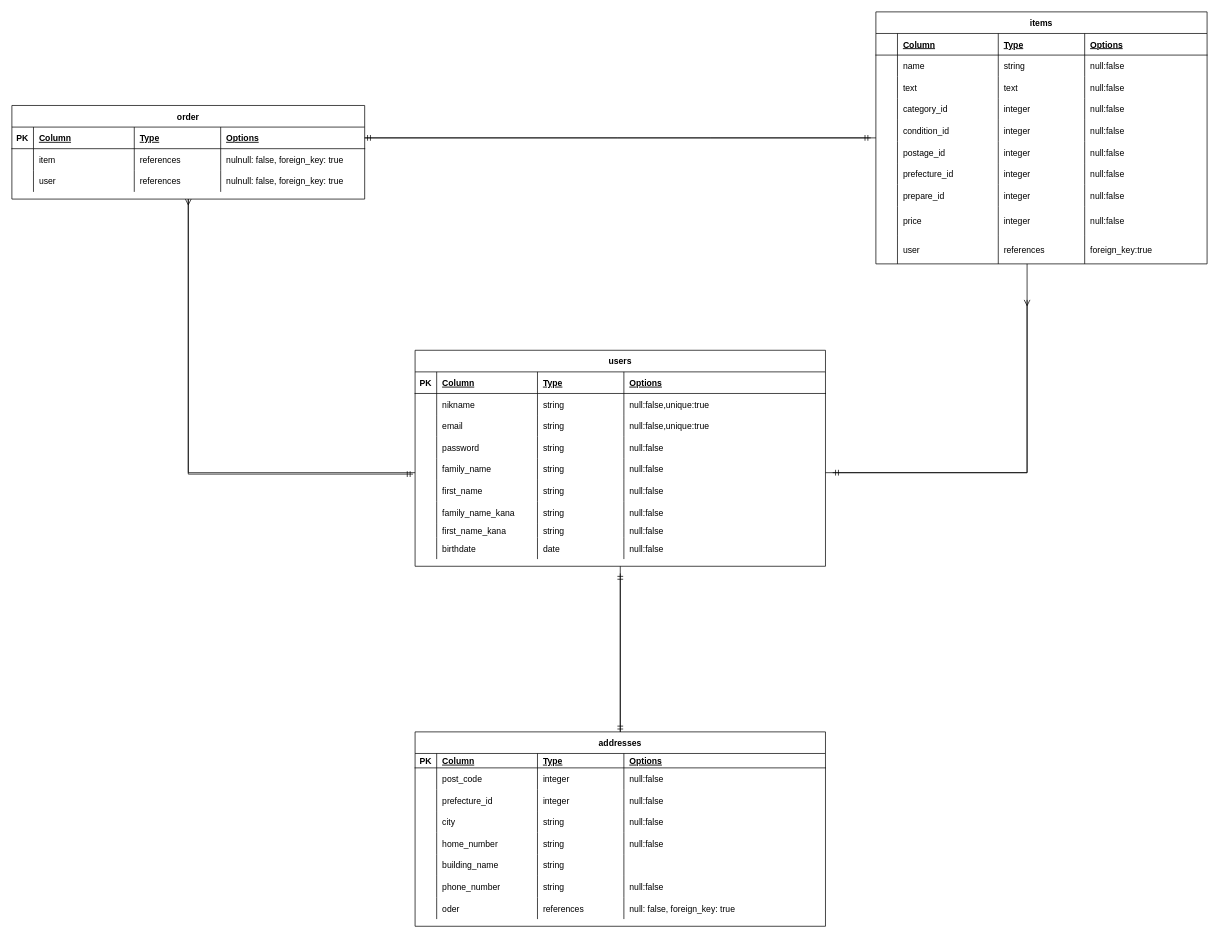
karentokuyama/furima-34771 keeps this draw.io diagram as furima.dio. Above is the earlier version. Source tidied: cells renumbered, new cells numbered last; positions are measured from the earlier drawing's top-left corner, leaving out a move shared by most shapes. Both pictures are drawn from the tidied source at 72%, with x=0, y=0 at pixel (12, 12).
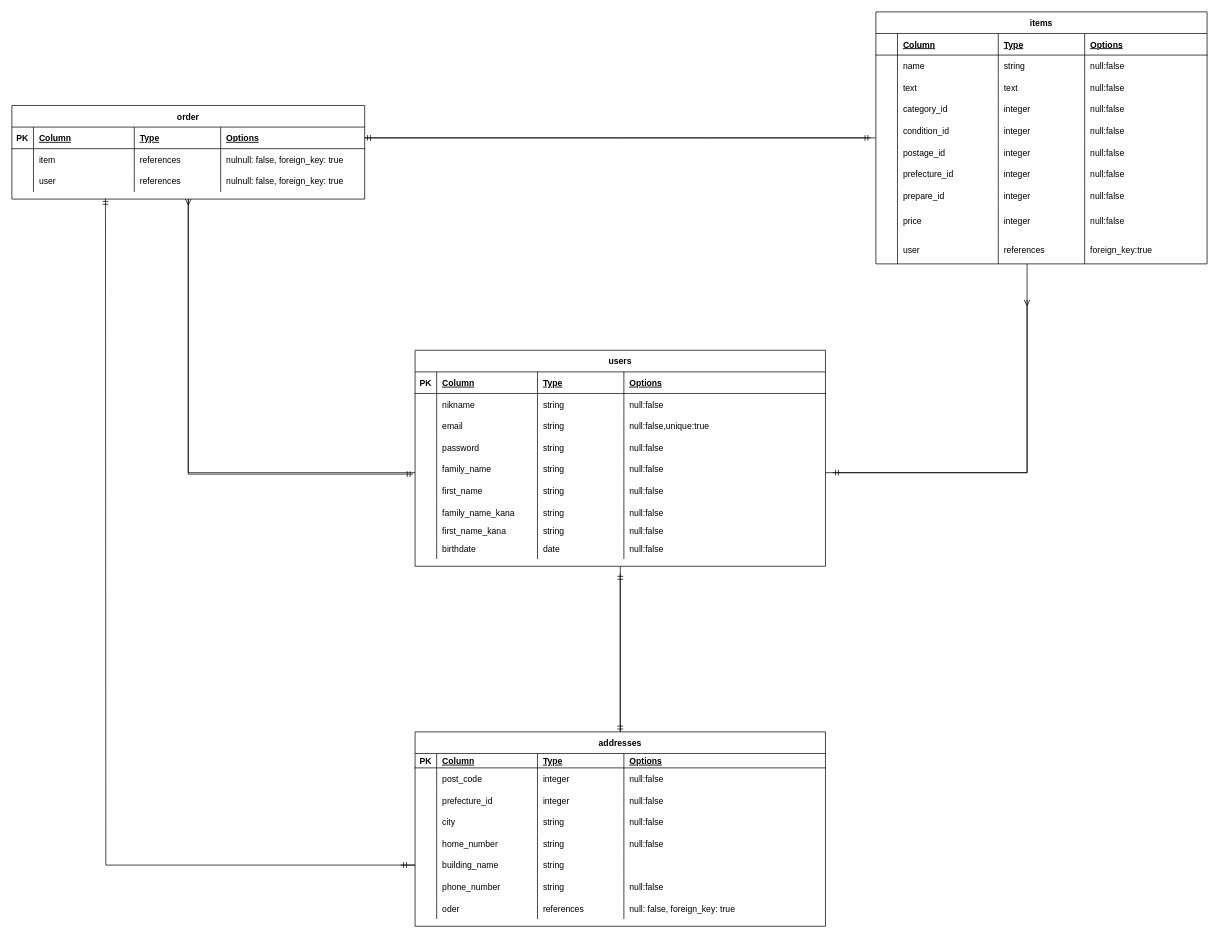
The same page after the edit.

Unchanged cells that the change refers to:
```xml
<mxCell id="10" style="shape=partialRectangle;fillColor=none;top=0;left=0;bottom=0;right=0;" parent="4" vertex="1">
  <mxGeometry y="60" width="570" height="30" as="geometry" />
</mxCell>
<mxCell id="77" style="shape=partialRectangle;fillColor=none;top=0;left=0;bottom=0;right=0;points=[[0,0.5],[1,0.5]];portConstraint=eastwest;" parent="51" vertex="1">
  <mxGeometry y="170" width="570" height="30" as="geometry" />
</mxCell>
```

Change to the diagram source:
```diff
@@
-    <mxCell id="14" value="null:false,unique:true" style="shape=partialRectangle;fillColor=none;top=0;left=0;bottom=0;right=0;align=left;spacingLeft=6;overflow=hidden;" parent="10" vertex="1">
+    <mxCell id="14" value="null:false" style="shape=partialRectangle;fillColor=none;top=0;left=0;bottom=0;right=0;align=left;spacingLeft=6;overflow=hidden;" parent="10" vertex="1">
       <mxGeometry x="290" width="280" height="30" as="geometry" />
     </mxCell>
@@
+    <mxCell id="164" style="edgeStyle=orthogonalEdgeStyle;rounded=0;jettySize=auto;html=1;endArrow=ERmandOne;endFill=0;" parent="1" edge="1" source="77">
+      <mxGeometry relative="1" as="geometry">
+        <mxPoint x="130" y="259.2" as="targetPoint" />
+      </mxGeometry>
+    </mxCell>
+    <mxCell id="165" style="edgeStyle=orthogonalEdgeStyle;rounded=0;jettySize=auto;html=1;endArrow=ERmandOne;endFill=0;" parent="1" edge="1" source="77">
+      <mxGeometry relative="1" as="geometry">
+        <mxPoint x="540" y="1185" as="targetPoint" />
+      </mxGeometry>
+    </mxCell>
```
